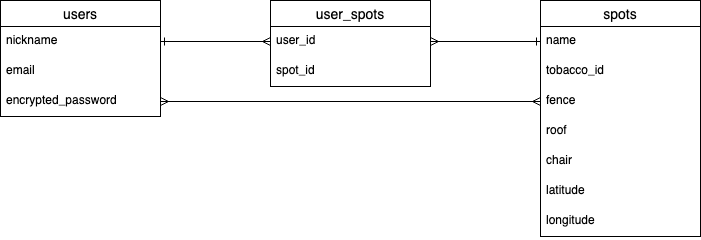
Above: smoking_area.drawio.png in Inoue0422/smoking_area (draw.io), before the change. Source tidied: cells renumbered, new cells last; positions are measured from the earlier drawing's top-left corner, leaving out a move shared by most shapes.
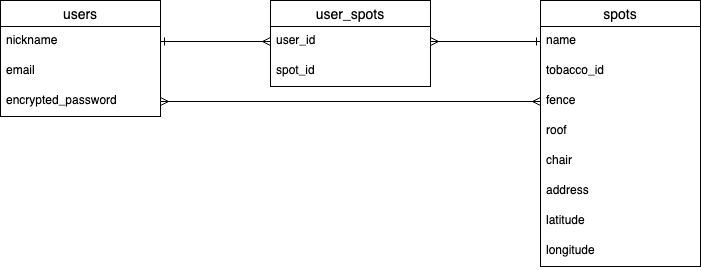
The same file after the commit.

Diff of the diagram source:
```diff
@@ -15,7 +15,7 @@
       <mxGeometry y="86" width="160" height="30" as="geometry" />
     </mxCell>
     <mxCell id="6" value="spots" style="swimlane;fontStyle=0;horizontal=1;startSize=26;align=center;fontSize=14;" parent="1" vertex="1">
-      <mxGeometry x="540" width="160" height="236" as="geometry" />
+      <mxGeometry x="540" width="160" height="266" as="geometry" />
     </mxCell>
     <mxCell id="7" value="name" style="text;strokeColor=none;fillColor=none;spacingLeft=4;spacingRight=4;overflow=hidden;points=[[0,0.5],[1,0.5]];portConstraint=eastwest;fontSize=12;" parent="6" vertex="1">
       <mxGeometry y="26" width="160" height="30" as="geometry" />
@@ -32,11 +32,14 @@
     <mxCell id="11" value="chair" style="text;strokeColor=none;fillColor=none;spacingLeft=4;spacingRight=4;overflow=hidden;fontSize=12;" parent="6" vertex="1">
       <mxGeometry y="146" width="160" height="30" as="geometry" />
     </mxCell>
+    <mxCell id="21" value="address" style="text;strokeColor=none;fillColor=none;spacingLeft=4;spacingRight=4;overflow=hidden;fontSize=12;" parent="6" vertex="1">
+      <mxGeometry y="176" width="160" height="30" as="geometry" />
+    </mxCell>
     <mxCell id="12" value="latitude" style="text;strokeColor=none;fillColor=none;spacingLeft=4;spacingRight=4;overflow=hidden;fontSize=12;" parent="6" vertex="1">
-      <mxGeometry y="176" width="160" height="30" as="geometry" />
+      <mxGeometry y="206" width="160" height="30" as="geometry" />
     </mxCell>
     <mxCell id="13" value="longitude" style="text;strokeColor=none;fillColor=none;spacingLeft=4;spacingRight=4;overflow=hidden;fontSize=12;" parent="6" vertex="1">
-      <mxGeometry y="206" width="160" height="30" as="geometry" />
+      <mxGeometry y="236" width="160" height="30" as="geometry" />
     </mxCell>
     <mxCell id="14" value="user_spots" style="swimlane;fontStyle=0;horizontal=1;startSize=26;align=center;fontSize=14;" parent="1" vertex="1">
       <mxGeometry x="270" width="160" height="86" as="geometry" />
```
